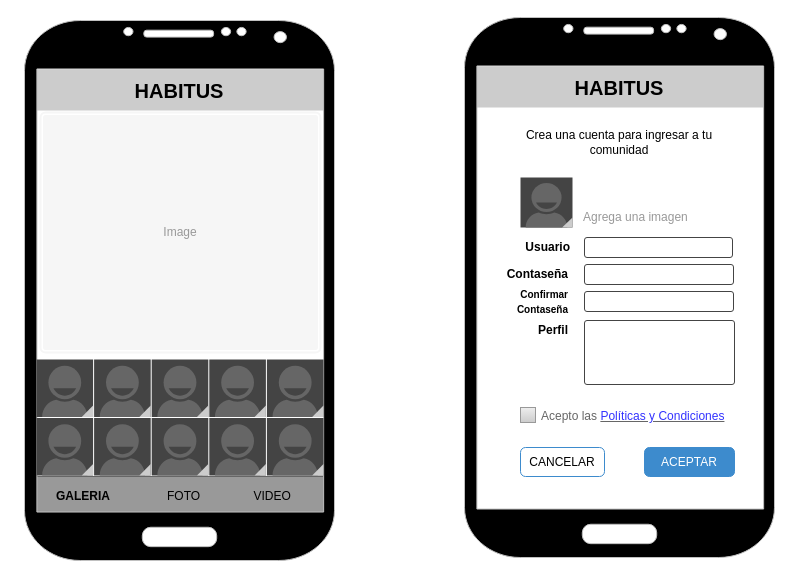
Earlier version of the draw.io diagram page "Create Post" (3 of 3) of diagrams/ui-login_and_register.drawio (goliveirab/habitus). Source tidied: cells renumbered, new cells numbered last; positions are measured from the earlier drawing's top-left corner, leaving out a move shared by most shapes. Both pictures are drawn from the tidied source at 100%, with x=0, y=0 at pixel (24, 17).
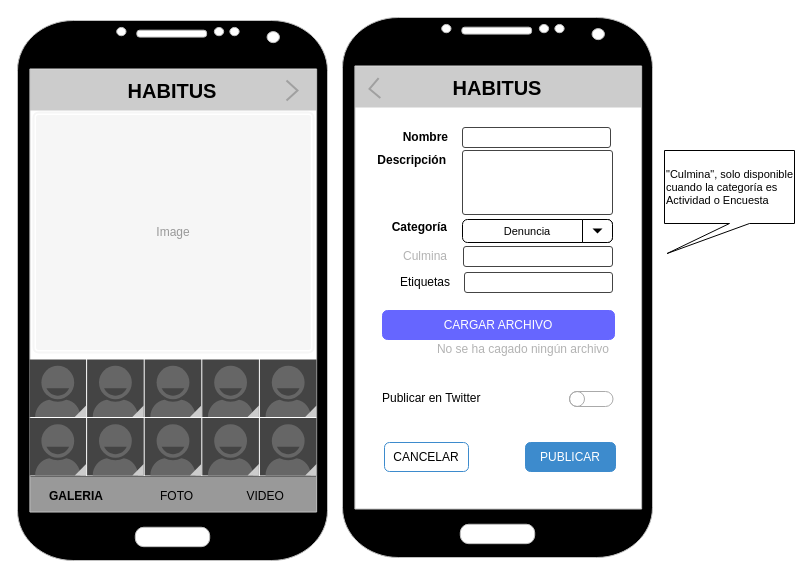
After the change.

Change to the diagram source:
```diff
@@
     <mxCell id="2" style="rounded=0;whiteSpace=wrap;html=1;fillColor=#999999;strokeColor=#666666;fontColor=#333333;" parent="1" vertex="1">
-      <mxGeometry x="10" y="459" width="290" height="40" as="geometry" />
+      <mxGeometry x="3" y="459" width="290" height="40" as="geometry" />
     </mxCell>
     <mxCell id="3" value="&lt;font size=&quot;1&quot;&gt;&lt;b style=&quot;font-size: 20px&quot;&gt;HABITUS&lt;/b&gt;&lt;/font&gt;" style="rounded=0;whiteSpace=wrap;html=1;fillColor=#CCCCCC;strokeColor=none;align=center;labelPosition=center;verticalLabelPosition=middle;verticalAlign=middle;" parent="1" vertex="1">
-      <mxGeometry x="10" y="52" width="290" height="41" as="geometry" />
+      <mxGeometry x="3" y="52" width="290" height="41" as="geometry" />
     </mxCell>
     <mxCell id="4" style="verticalLabelPosition=bottom;verticalAlign=top;html=1;shadow=0;dashed=0;strokeWidth=1;shape=mxgraph.android.phone2;fillColor=#000000;strokeColor=#c0c0c0;" parent="1" vertex="1">
-      <mxGeometry y="3" width="310" height="540" as="geometry" />
+      <mxGeometry x="-7" y="3" width="310" height="540" as="geometry" />
     </mxCell>
     <mxCell id="5" value="&lt;font size=&quot;1&quot;&gt;&lt;b style=&quot;font-size: 20px&quot;&gt;HABITUS&lt;/b&gt;&lt;/font&gt;" style="rounded=0;whiteSpace=wrap;html=1;fillColor=#CCCCCC;strokeColor=none;align=center;labelPosition=center;verticalLabelPosition=middle;verticalAlign=middle;" parent="1" vertex="1">
-      <mxGeometry x="450" y="49" width="290" height="41" as="geometry" />
+      <mxGeometry x="328" y="49" width="290" height="41" as="geometry" />
     </mxCell>
     <mxCell id="6" style="verticalLabelPosition=bottom;verticalAlign=top;html=1;shadow=0;dashed=0;strokeWidth=1;shape=mxgraph.android.phone2;fillColor=#000000;strokeColor=#c0c0c0;" parent="1" vertex="1">
-      <mxGeometry x="440" width="310" height="540" as="geometry" />
+      <mxGeometry x="318" width="310" height="540" as="geometry" />
     </mxCell>
-    <mxCell id="7" value="Crea una cuenta para ingresar a tu comunidad" style="text;html=1;strokeColor=none;fillColor=none;align=center;verticalAlign=middle;whiteSpace=wrap;rounded=0;" parent="1" vertex="1">
-      <mxGeometry x="470" y="115" width="250" height="20" as="geometry" />
-    </mxCell>
     <mxCell id="8" style="strokeWidth=1;html=1;shadow=0;dashed=0;shape=mxgraph.ios.iTextInput;strokeColor=#444444;fontColor=#000000;buttonText=;fontSize=13;fillColor=#ffffff;whiteSpace=wrap;align=left;" parent="1" vertex="1">
-      <mxGeometry x="560" y="220" width="148" height="20" as="geometry" />
+      <mxGeometry x="438" y="110" width="148" height="20" as="geometry" />
     </mxCell>
-    <mxCell id="9" value="Usuario" style="text;html=1;strokeColor=none;fillColor=none;align=right;verticalAlign=middle;whiteSpace=wrap;rounded=0;fontStyle=1;" parent="1" vertex="1">
-      <mxGeometry x="472" y="220" width="76" height="20" as="geometry" />
+    <mxCell id="9" value="Nombre" style="text;html=1;strokeColor=none;fillColor=none;align=right;verticalAlign=middle;whiteSpace=wrap;rounded=0;fontStyle=1;" parent="1" vertex="1">
+      <mxGeometry x="350" y="110" width="76" height="20" as="geometry" />
     </mxCell>
-    <mxCell id="10" style="verticalLabelPosition=bottom;verticalAlign=top;html=1;shadow=0;dashed=0;strokeWidth=1;shape=mxgraph.android.contact_badge_normal;fillColor=#CCCCCC;fontSize=12;align=right;" parent="1" vertex="1">
-      <mxGeometry x="496" y="160" width="52" height="50" as="geometry" />
-    </mxCell>
-    <mxCell id="11" value="Agrega una imagen" style="text;html=1;strokeColor=none;fillColor=none;align=left;verticalAlign=middle;whiteSpace=wrap;rounded=0;fontColor=#999999;" parent="1" vertex="1">
-      <mxGeometry x="557" y="190" width="123" height="20" as="geometry" />
-    </mxCell>
-    <mxCell id="12" style="strokeWidth=1;html=1;shadow=0;dashed=0;shape=mxgraph.ios.iTextInput;strokeColor=#444444;fontColor=#000000;buttonText=;fontSize=13;fillColor=#ffffff;whiteSpace=wrap;align=left;" parent="1" vertex="1">
-      <mxGeometry x="560" y="247" width="149" height="20" as="geometry" />
-    </mxCell>
-    <mxCell id="13" value="Contaseña" style="text;html=1;strokeColor=none;fillColor=none;align=right;verticalAlign=middle;whiteSpace=wrap;rounded=0;fontStyle=1;" parent="1" vertex="1">
-      <mxGeometry x="470" y="247" width="76" height="20" as="geometry" />
+    <mxCell id="13" value="Categoría" style="text;html=1;strokeColor=none;fillColor=none;align=right;verticalAlign=middle;whiteSpace=wrap;rounded=0;fontStyle=1;" parent="1" vertex="1">
+      <mxGeometry x="349" y="200" width="76" height="20" as="geometry" />
     </mxCell>
-    <mxCell id="14" style="strokeWidth=1;html=1;shadow=0;dashed=0;shape=mxgraph.ios.iTextInput;strokeColor=#444444;fontColor=#000000;buttonText=;fontSize=13;fillColor=#ffffff;whiteSpace=wrap;align=left;" parent="1" vertex="1">
-      <mxGeometry x="560" y="274" width="149" height="20" as="geometry" />
+    <mxCell id="14" style="strokeWidth=1;html=1;shadow=0;dashed=0;shape=mxgraph.ios.iTextInput;strokeColor=#444444;fontColor=#B3B3B3;buttonText=;fontSize=13;fillColor=#ffffff;whiteSpace=wrap;align=left;" parent="1" vertex="1">
+      <mxGeometry x="439" y="229" width="149" height="20" as="geometry" />
     </mxCell>
-    <mxCell id="15" value="&lt;font style=&quot;font-size: 10px&quot;&gt;Confirmar Contaseña&lt;/font&gt;" style="text;html=1;strokeColor=none;fillColor=none;align=right;verticalAlign=middle;whiteSpace=wrap;rounded=0;fontStyle=1;" parent="1" vertex="1">
-      <mxGeometry x="460" y="274" width="86" height="20" as="geometry" />
+    <mxCell id="15" value="&lt;font style=&quot;font-size: 10px&quot;&gt;&lt;font style=&quot;font-size: 12px&quot;&gt;Culmina&lt;/font&gt;&lt;br&gt;&lt;/font&gt;" style="text;html=1;strokeColor=none;fillColor=none;align=right;verticalAlign=middle;whiteSpace=wrap;rounded=0;fontStyle=0;fontColor=#B3B3B3;" parent="1" vertex="1">
+      <mxGeometry x="339" y="229" width="86" height="20" as="geometry" />
     </mxCell>
-    <mxCell id="16" value="Perfil" style="text;html=1;strokeColor=none;fillColor=none;align=right;verticalAlign=middle;whiteSpace=wrap;rounded=0;fontStyle=1;" parent="1" vertex="1">
-      <mxGeometry x="470" y="303" width="76" height="20" as="geometry" />
+    <mxCell id="16" value="Descripción" style="text;html=1;strokeColor=none;fillColor=none;align=right;verticalAlign=middle;whiteSpace=wrap;rounded=0;fontStyle=1;" parent="1" vertex="1">
+      <mxGeometry x="348" y="133" width="76" height="20" as="geometry" />
     </mxCell>
     <mxCell id="17" style="strokeWidth=1;html=1;shadow=0;dashed=0;shape=mxgraph.ios.iTextInput;strokeColor=#444444;fontColor=#000000;buttonText=;fontSize=13;fillColor=#ffffff;whiteSpace=wrap;align=left;" parent="1" vertex="1">
-      <mxGeometry x="560" y="303" width="150" height="64" as="geometry" />
+      <mxGeometry x="438" y="133" width="150" height="64" as="geometry" />
     </mxCell>
-    <mxCell id="18" value="&lt;font style=&quot;font-size: 12px&quot;&gt;Acepto las &lt;u&gt;&lt;font color=&quot;#3333FF&quot;&gt;Políticas y Condiciones&lt;/font&gt;&lt;/u&gt;&lt;/font&gt;" style="strokeWidth=1;shadow=0;dashed=0;align=center;html=1;shape=mxgraph.mockup.forms.rrect;rSize=0;fillColor=#eeeeee;strokeColor=#999999;gradientColor=#cccccc;align=left;spacingLeft=4;fontSize=17;fontColor=#666666;labelPosition=right;" parent="1" vertex="1">
-      <mxGeometry x="496" y="390" width="15" height="15" as="geometry" />
-    </mxCell>
     <mxCell id="19" value="CANCELAR" style="html=1;shadow=0;dashed=0;shape=mxgraph.bootstrap.rrect;rSize=5;fillColor=none;align=center;strokeColor=#3D8BCD;fontColor=#000000;fontSize=12;whiteSpace=wrap;" parent="1" vertex="1">
-      <mxGeometry x="496" y="430" width="84" height="29" as="geometry" />
+      <mxGeometry x="360" y="425" width="84" height="29" as="geometry" />
     </mxCell>
-    <mxCell id="20" value="ACEPTAR" style="html=1;shadow=0;dashed=0;shape=mxgraph.bootstrap.rrect;rSize=5;fillColor=#3D8BCD;align=center;strokeColor=#3D8BCD;fontColor=#ffffff;fontSize=12;whiteSpace=wrap;" parent="1" vertex="1">
-      <mxGeometry x="620" y="430" width="90" height="29" as="geometry" />
+    <mxCell id="20" value="PUBLICAR" style="html=1;shadow=0;dashed=0;shape=mxgraph.bootstrap.rrect;rSize=5;fillColor=#3D8BCD;align=center;strokeColor=#3D8BCD;fontColor=#ffffff;fontSize=12;whiteSpace=wrap;" parent="1" vertex="1">
+      <mxGeometry x="501" y="425" width="90" height="29" as="geometry" />
     </mxCell>
     <mxCell id="21" value="FOTO&amp;nbsp;&amp;nbsp;&amp;nbsp;&amp;nbsp;&amp;nbsp;&amp;nbsp;&amp;nbsp;&amp;nbsp;&amp;nbsp;&amp;nbsp;&amp;nbsp;&amp;nbsp;&amp;nbsp;&amp;nbsp;&amp;nbsp; VIDEO" style="text;html=1;strokeColor=none;fillColor=none;align=left;verticalAlign=middle;whiteSpace=wrap;rounded=0;fontStyle=0;" parent="1" vertex="1">
-      <mxGeometry x="141" y="469" width="150" height="20" as="geometry" />
+      <mxGeometry x="134" y="469" width="150" height="20" as="geometry" />
     </mxCell>
     <mxCell id="22" value="&lt;b&gt;GALERIA&lt;/b&gt;" style="text;html=1;strokeColor=none;fillColor=none;align=left;verticalAlign=middle;whiteSpace=wrap;rounded=0;fontStyle=1;" parent="1" vertex="1">
-      <mxGeometry x="30" y="469" width="60" height="20" as="geometry" />
+      <mxGeometry x="23" y="469" width="60" height="20" as="geometry" />
     </mxCell>
     <mxCell id="23" style="group;" parent="1" vertex="1">
-      <mxGeometry x="12" y="342" width="287" height="116" as="geometry" />
+      <mxGeometry x="5" y="342" width="287" height="116" as="geometry" />
     </mxCell>
@@
     <mxCell id="34" value="Image" style="html=1;shadow=0;dashed=0;shape=mxgraph.bootstrap.image;align=center;rSize=5;strokeColor=#f6f6f6;fillColor=#f6f6f6;fontColor=#999999;strokeWidth=2;whiteSpace=wrap;" parent="1" vertex="1">
-      <mxGeometry x="16" y="95" width="280" height="240" as="geometry" />
+      <mxGeometry x="9" y="95" width="280" height="240" as="geometry" />
     </mxCell>
+    <mxCell id="35" value="&lt;div align=&quot;left&quot;&gt;Denuncia&lt;/div&gt;" style="html=1;shadow=0;dashed=0;shape=mxgraph.bootstrap.rrect;fillColor=#ffffff;align=center;rSize=5;strokeColor=#000000;spacingRight=20;fontSize=11;whiteSpace=wrap;" parent="1" vertex="1">
+      <mxGeometry x="438" y="202" width="150" height="23" as="geometry" />
+    </mxCell>
+    <mxCell id="36" style="strokeColor=inherit;fillColor=inherit;gradientColor=inherit;html=1;shadow=0;dashed=0;shape=mxgraph.bootstrap.rightButton;rSize=5;perimeter=none;" parent="35" vertex="1">
+      <mxGeometry x="1" width="30" height="23" relative="1" as="geometry">
+        <mxPoint x="-30" as="offset" />
+      </mxGeometry>
+    </mxCell>
+    <mxCell id="37" style="shape=triangle;direction=south;fillColor=#000000;strokeColor=none;perimeter=none;" parent="36" vertex="1">
+      <mxGeometry x="1" y="0.5" width="10" height="5" relative="1" as="geometry">
+        <mxPoint x="-20" y="-2.5" as="offset" />
+      </mxGeometry>
+    </mxCell>
+    <mxCell id="38" style="html=1;verticalLabelPosition=bottom;labelBackgroundColor=#ffffff;verticalAlign=top;shadow=0;dashed=0;strokeWidth=2;shape=mxgraph.ios7.misc.more;strokeColor=#a0a0a0;fontSize=11;fontColor=#B3B3B3;align=left;" parent="1" vertex="1">
+      <mxGeometry x="262" y="63" width="11" height="20" as="geometry" />
+    </mxCell>
+    <mxCell id="39" style="html=1;verticalLabelPosition=bottom;labelBackgroundColor=#ffffff;verticalAlign=top;shadow=0;dashed=0;strokeWidth=2;shape=mxgraph.ios7.misc.more;strokeColor=#a0a0a0;fontSize=11;fontColor=#B3B3B3;align=left;rotation=175;" parent="1" vertex="1">
+      <mxGeometry x="345" y="61" width="10" height="20" as="geometry" />
+    </mxCell>
+    <mxCell id="40" value="&lt;span style=&quot;background-color: rgb(102 , 102 , 255)&quot;&gt;CARGAR ARCHIVO&lt;/span&gt;" style="html=1;shadow=0;dashed=0;shape=mxgraph.bootstrap.rrect;rSize=5;fillColor=#6666FF;align=center;strokeColor=#6666FF;fontColor=#FFFFFF;fontSize=12;whiteSpace=wrap;" parent="1" vertex="1">
+      <mxGeometry x="358" y="293" width="232" height="29" as="geometry" />
+    </mxCell>
+    <mxCell id="41" value="No se ha cagado ningún archivo&lt;font style=&quot;font-size: 10px&quot;&gt;&lt;br&gt;&lt;/font&gt;" style="text;html=1;strokeColor=none;fillColor=none;align=right;verticalAlign=middle;whiteSpace=wrap;rounded=0;fontStyle=0;fontColor=#B3B3B3;" parent="1" vertex="1">
+      <mxGeometry x="398" y="322" width="189" height="20" as="geometry" />
+    </mxCell>
+    <mxCell id="42" style="strokeWidth=1;html=1;shadow=0;dashed=0;shape=mxgraph.ios.iTextInput;strokeColor=#444444;fontColor=#000000;buttonText=;fontSize=13;fillColor=#ffffff;whiteSpace=wrap;align=left;" parent="1" vertex="1">
+      <mxGeometry x="440" y="255" width="148" height="20" as="geometry" />
+    </mxCell>
+    <mxCell id="43" value="Etiquetas" style="text;html=1;strokeColor=none;fillColor=none;align=right;verticalAlign=middle;whiteSpace=wrap;rounded=0;fontStyle=0;" parent="1" vertex="1">
+      <mxGeometry x="352" y="255" width="76" height="20" as="geometry" />
+    </mxCell>
+    <mxCell id="44" value="Publicar en Twitter" style="text;html=1;strokeColor=none;fillColor=none;align=left;verticalAlign=middle;whiteSpace=wrap;rounded=0;fontStyle=0;fontColor=#000000;" parent="1" vertex="1">
+      <mxGeometry x="356" y="371" width="110" height="20" as="geometry" />
+    </mxCell>
+    <mxCell id="45" style="html=1;verticalLabelPosition=bottom;labelBackgroundColor=#ffffff;verticalAlign=top;shadow=0;dashed=0;strokeWidth=1;shape=mxgraph.ios7ui.onOffButton;buttonState=off;strokeColor=#38D145;strokeColor2=#aaaaaa;fillColor=#38D145;fillColor2=#ffffff;fontSize=11;fontColor=#FFFFFF;align=left;" parent="1" vertex="1">
+      <mxGeometry x="545" y="374" width="43.5" height="15" as="geometry" />
+    </mxCell>
+    <mxCell id="46" value="&quot;Culmina&quot;, solo disponible cuando la categoría es Actividad o Encuesta" style="shape=callout;whiteSpace=wrap;html=1;perimeter=calloutPerimeter;strokeColor=#000000;fillColor=none;fontSize=11;fontColor=#000000;align=left;position2=0.02;" parent="1" vertex="1">
+      <mxGeometry x="640" y="133" width="130" height="103" as="geometry" />
+    </mxCell>
```
